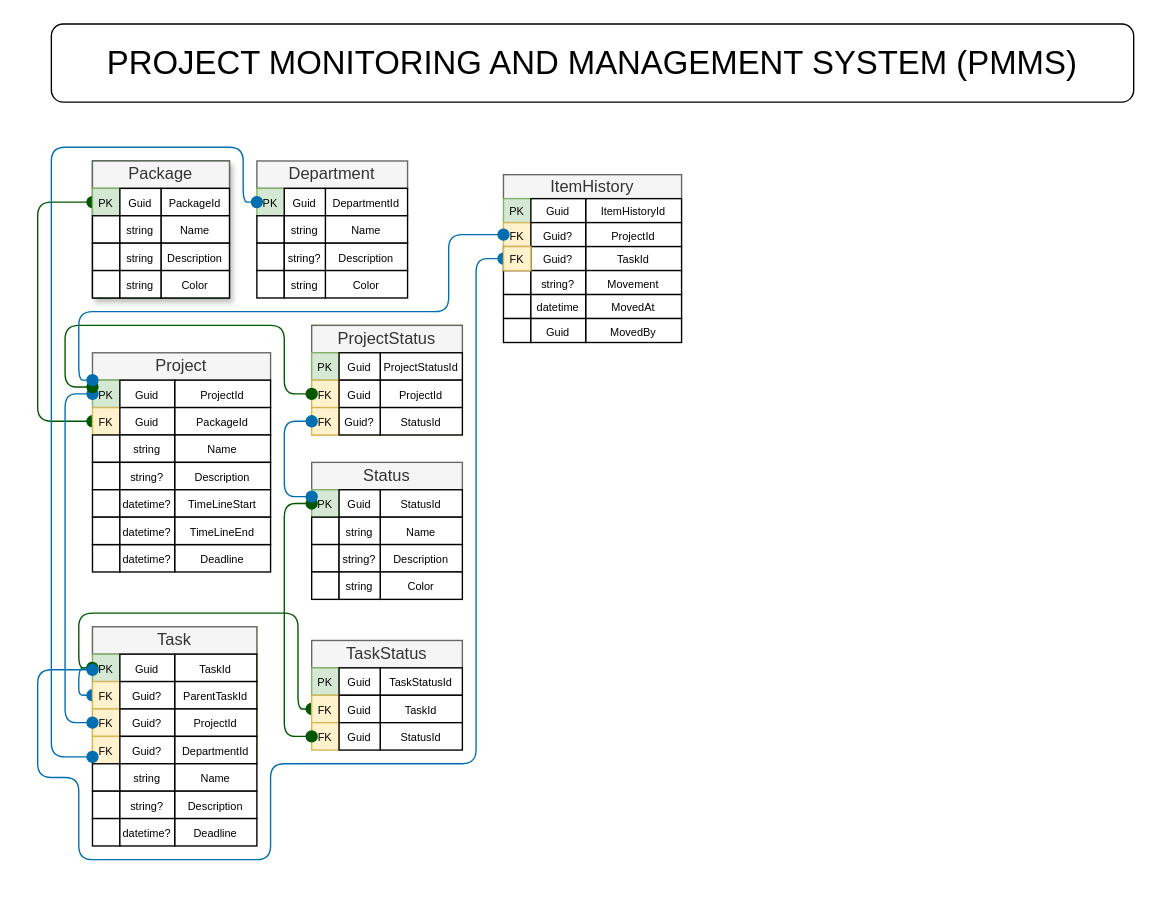
Above: Untitled Diagram.drawio in B0bUy/ProjectMonitoringSystem_Server (draw.io), before the change. Source tidied: cells renumbered, new cells numbered last; positions are measured from the earlier drawing's top-left corner, leaving out a move shared by most shapes. Both pictures are drawn from the tidied source at 137%, with x=0, y=0 at pixel (37, 23).
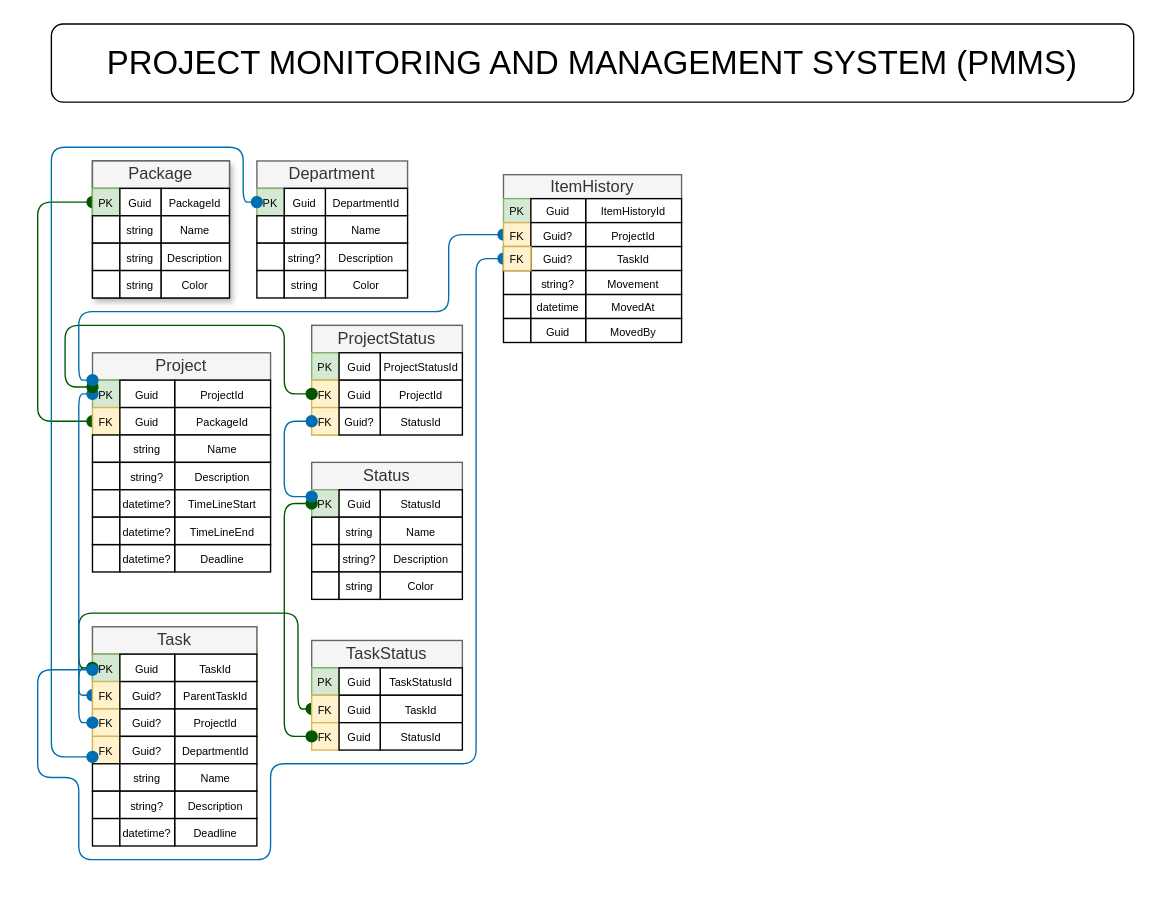
Above is the later version.

Unchanged cells that the change refers to:
```xml
<mxCell id="25" value="&lt;font style=&quot;font-size: 8px;&quot;&gt;PK&lt;/font&gt;" style="rounded=0;whiteSpace=wrap;html=1;fillColor=#d5e8d4;strokeColor=#82b366;" parent="22" vertex="1">
  <mxGeometry y="20" width="20" height="20" as="geometry" />
</mxCell>
<mxCell id="92" value="&lt;span style=&quot;font-size: 8px;&quot;&gt;FK&lt;/span&gt;" style="rounded=0;whiteSpace=wrap;html=1;fillColor=#fff2cc;strokeColor=#d6b656;" parent="82" vertex="1">
  <mxGeometry y="60" width="20" height="20" as="geometry" />
</mxCell>
<mxCell id="131" value="&lt;font style=&quot;font-size: 8px;&quot;&gt;FK&lt;/font&gt;" style="rounded=0;whiteSpace=wrap;html=1;fillColor=#fff2cc;strokeColor=#d6b656;" parent="125" vertex="1">
  <mxGeometry y="35" width="20" height="17.5" as="geometry" />
</mxCell>
```

Diff of the diagram source:
```diff
@@
     <mxCell id="119" style="edgeStyle=orthogonalEdgeStyle;shape=connector;curved=0;rounded=1;jettySize=auto;html=1;entryX=0;entryY=0.5;entryDx=0;entryDy=0;strokeColor=#006EAF;align=center;verticalAlign=middle;fontFamily=Helvetica;fontSize=12;fontColor=default;labelBackgroundColor=default;startArrow=oval;startFill=1;startSize=8;endArrow=oval;endFill=1;endSize=8;fillColor=#1ba1e2;" parent="1" edge="1" source="92" target="25">
       <mxGeometry relative="1" as="geometry">
         <Array as="points">
-          <mxPoint x="20" y="510" />
-          <mxPoint x="20" y="270" />
+          <mxPoint x="30" y="510" />
+          <mxPoint x="30" y="270" />
         </Array>
       </mxGeometry>
     </mxCell>
@@
-    <mxCell id="124" style="group;" parent="1" vertex="1">
-      <mxGeometry x="340" y="110" width="130" height="140" as="geometry" />
-    </mxCell>
+    <mxCell id="147" style="edgeStyle=orthogonalEdgeStyle;shape=connector;curved=0;rounded=1;jettySize=auto;html=1;exitX=0;exitY=0.5;exitDx=0;exitDy=0;entryX=0;entryY=0;entryDx=0;entryDy=0;strokeColor=#006EAF;align=center;verticalAlign=middle;fontFamily=Helvetica;fontSize=12;fontColor=default;labelBackgroundColor=default;startArrow=oval;startFill=1;startSize=8;endArrow=oval;endFill=1;endSize=8;fillColor=#1ba1e2;" parent="1" edge="1" source="131" target="25">
+      <mxGeometry relative="1" as="geometry">
+        <Array as="points">
+          <mxPoint x="300" y="154" />
+          <mxPoint x="300" y="210" />
+          <mxPoint x="30" y="210" />
+          <mxPoint x="30" y="260" />
+        </Array>
+      </mxGeometry>
+    </mxCell>
-    <mxCell id="125" style="group;" parent="124" vertex="1">
-      <mxGeometry width="130" height="122.5" as="geometry" />
+    <mxCell id="125" style="group;" parent="1" vertex="1">
+      <mxGeometry x="340" y="110" width="130" height="122.5" as="geometry" />
     </mxCell>
@@
-    <mxCell id="147" style="edgeStyle=orthogonalEdgeStyle;shape=connector;curved=0;rounded=1;jettySize=auto;html=1;exitX=0;exitY=0.5;exitDx=0;exitDy=0;entryX=0;entryY=0;entryDx=0;entryDy=0;strokeColor=#006EAF;align=center;verticalAlign=middle;fontFamily=Helvetica;fontSize=12;fontColor=default;labelBackgroundColor=default;startArrow=oval;startFill=1;startSize=8;endArrow=oval;endFill=1;endSize=8;fillColor=#1ba1e2;" parent="1" edge="1" source="131" target="25">
-      <mxGeometry relative="1" as="geometry">
-        <Array as="points">
-          <mxPoint x="300" y="154" />
-          <mxPoint x="300" y="210" />
-          <mxPoint x="30" y="210" />
-          <mxPoint x="30" y="260" />
-        </Array>
-      </mxGeometry>
-    </mxCell>
```
